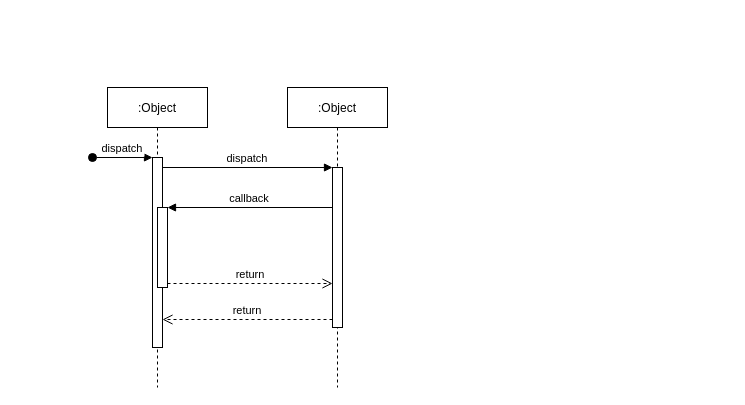
The draw.io diagram Untitled Diagram.drawio in burnandgun/diagrams, before the edit. Source tidied: cells renumbered, new cells numbered last; positions are measured from the earlier drawing's top-left corner, leaving out a move shared by most shapes. Both pictures are drawn from the tidied source at 100%, with x=0, y=0 at pixel (92, 87).
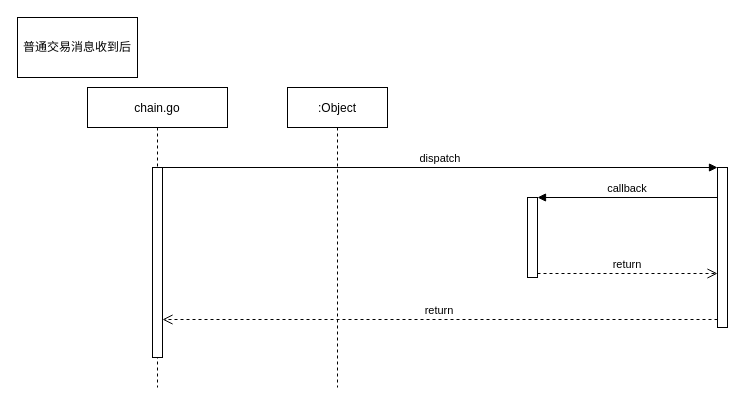
Above is the later version.

Commit message:
fabric 普通交易消息时序图流程

Change to the diagram source:
```diff
@@
 <mxGraphModel>
   <root>
     <mxCell id="0" />
     <mxCell id="1" parent="0" />
-    <mxCell id="2" value=":Object" style="shape=umlLifeline;perimeter=lifelinePerimeter;rounded=0;shadow=0;strokeWidth=1;" parent="1" vertex="1">
-      <mxGeometry x="15" width="100" height="300" as="geometry" />
+    <mxCell id="2" value="chain.go" style="shape=umlLifeline;perimeter=lifelinePerimeter;rounded=0;shadow=0;strokeWidth=1;" parent="1" vertex="1">
+      <mxGeometry x="-5" width="140" height="300" as="geometry" />
     </mxCell>
     <mxCell id="3" style="points=[];perimeter=orthogonalPerimeter;rounded=0;shadow=0;strokeWidth=1;" parent="2" vertex="1">
-      <mxGeometry x="45" y="70" width="10" height="190" as="geometry" />
+      <mxGeometry x="65" y="80" width="10" height="190" as="geometry" />
     </mxCell>
-    <mxCell id="4" value="dispatch" style="verticalAlign=bottom;startArrow=oval;endArrow=block;startSize=8;shadow=0;strokeWidth=1;" parent="2" edge="1" target="3">
-      <mxGeometry relative="1" as="geometry">
-        <mxPoint x="-15" y="70" as="sourcePoint" />
-      </mxGeometry>
-    </mxCell>
-    <mxCell id="5" style="points=[];perimeter=orthogonalPerimeter;rounded=0;shadow=0;strokeWidth=1;" parent="2" vertex="1">
-      <mxGeometry x="50" y="120" width="10" height="80" as="geometry" />
-    </mxCell>
     <mxCell id="6" value=":Object" style="shape=umlLifeline;perimeter=lifelinePerimeter;rounded=0;shadow=0;strokeWidth=1;" parent="1" vertex="1">
       <mxGeometry x="195" width="100" height="300" as="geometry" />
     </mxCell>
-    <mxCell id="7" style="points=[];perimeter=orthogonalPerimeter;rounded=0;shadow=0;strokeWidth=1;" parent="6" vertex="1">
-      <mxGeometry x="45" y="80" width="10" height="160" as="geometry" />
-    </mxCell>
     <mxCell id="8" value="return" style="verticalAlign=bottom;endArrow=open;dashed=1;endSize=8;exitX=0;exitY=0.95;shadow=0;strokeWidth=1;" parent="1" edge="1" source="7" target="3">
       <mxGeometry relative="1" as="geometry" />
     </mxCell>
     <mxCell id="9" value="dispatch" style="verticalAlign=bottom;endArrow=block;entryX=0;entryY=0;shadow=0;strokeWidth=1;" parent="1" edge="1" source="3" target="7">
       <mxGeometry relative="1" as="geometry" />
     </mxCell>
     <mxCell id="10" value="callback" style="verticalAlign=bottom;endArrow=block;entryX=1;entryY=0;shadow=0;strokeWidth=1;" parent="1" edge="1" source="7" target="5">
       <mxGeometry relative="1" as="geometry" />
     </mxCell>
     <mxCell id="11" value="return" style="verticalAlign=bottom;endArrow=open;dashed=1;endSize=8;exitX=1;exitY=0.95;shadow=0;strokeWidth=1;" parent="1" edge="1" source="5" target="7">
       <mxGeometry relative="1" as="geometry" />
     </mxCell>
+    <mxCell id="5" style="points=[];perimeter=orthogonalPerimeter;rounded=0;shadow=0;strokeWidth=1;" parent="1" vertex="1">
+      <mxGeometry x="435" y="110" width="10" height="80" as="geometry" />
+    </mxCell>
+    <mxCell id="7" style="points=[];perimeter=orthogonalPerimeter;rounded=0;shadow=0;strokeWidth=1;" parent="1" vertex="1">
+      <mxGeometry x="625" y="80" width="10" height="160" as="geometry" />
+    </mxCell>
+    <mxCell id="12" value="普通交易消息收到后" style="rounded=0;whiteSpace=wrap;html=1;" parent="1" vertex="1">
+      <mxGeometry x="-75" y="-70" width="120" height="60" as="geometry" />
+    </mxCell>
   </root>
 </mxGraphModel>
```
